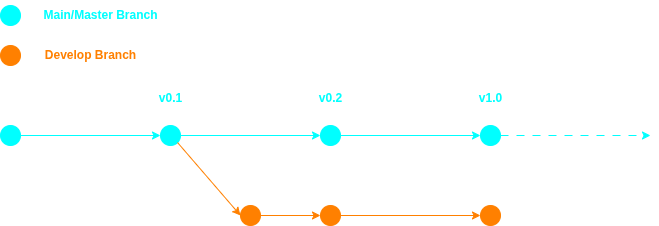
Above: static/img/tech/gitflow-high-level.png in lnvn/idishare (draw.io), before the change. Source tidied: cells renumbered, new cells last; positions are measured from the earlier drawing's top-left corner, leaving out a move shared by most shapes.
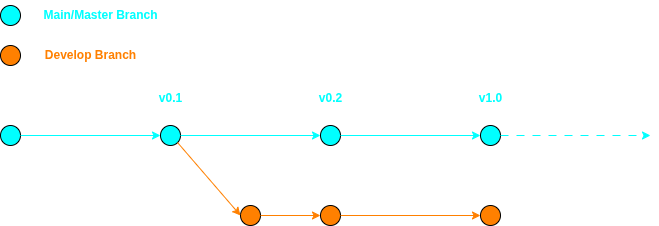
After the commit.

What changed in the source:
```diff
@@ -2,19 +2,19 @@
   <root>
     <mxCell id="0" />
     <mxCell id="1" parent="0" />
-    <mxCell id="2" style="ellipse;whiteSpace=wrap;html=1;strokeColor=light-dark(#000000,#00FFFF);fillColor=light-dark(#FFFFFF,#00FFFF);" parent="1" vertex="1">
+    <mxCell id="2" style="ellipse;whiteSpace=wrap;html=1;strokeColor=light-dark(#000000,#000000);fillColor=light-dark(#FFFFFF,#00FFFF);" parent="1" vertex="1">
       <mxGeometry y="5" width="20" height="20" as="geometry" />
     </mxCell>
-    <mxCell id="3" style="ellipse;whiteSpace=wrap;html=1;strokeColor=light-dark(#000000,#FF8000);fillColor=light-dark(#FFFFFF,#FF8000);" parent="1" vertex="1">
+    <mxCell id="3" style="ellipse;whiteSpace=wrap;html=1;strokeColor=light-dark(#000000,#000000);fillColor=light-dark(#FFFFFF,#FF8000);" parent="1" vertex="1">
       <mxGeometry y="45" width="20" height="20" as="geometry" />
     </mxCell>
-    <mxCell id="4" style="ellipse;whiteSpace=wrap;html=1;strokeColor=light-dark(#000000,#00FFFF);fillColor=light-dark(#FFFFFF,#00FFFF);" parent="1" vertex="1">
+    <mxCell id="4" style="ellipse;whiteSpace=wrap;html=1;strokeColor=light-dark(#000000,#000000);fillColor=light-dark(#FFFFFF,#00FFFF);" parent="1" vertex="1">
       <mxGeometry y="125" width="20" height="20" as="geometry" />
     </mxCell>
-    <mxCell id="5" style="ellipse;whiteSpace=wrap;html=1;strokeColor=light-dark(#000000,#00FFFF);fillColor=light-dark(#FFFFFF,#00FFFF);" parent="1" vertex="1">
+    <mxCell id="5" style="ellipse;whiteSpace=wrap;html=1;strokeColor=light-dark(#000000,#000000);fillColor=light-dark(#FFFFFF,#00FFFF);" parent="1" vertex="1">
       <mxGeometry x="480" y="125" width="20" height="20" as="geometry" />
     </mxCell>
-    <mxCell id="6" style="ellipse;whiteSpace=wrap;html=1;strokeColor=light-dark(#000000,#00FFFF);fillColor=light-dark(#FFFFFF,#00FFFF);" parent="1" vertex="1">
+    <mxCell id="6" style="ellipse;whiteSpace=wrap;html=1;strokeColor=light-dark(#000000,#000000);fillColor=light-dark(#FFFFFF,#00FFFF);" parent="1" vertex="1">
       <mxGeometry x="320" y="125" width="20" height="20" as="geometry" />
     </mxCell>
     <mxCell id="7" style="endArrow=classic;html=1;rounded=0;exitX=1;exitY=0.5;exitDx=0;exitDy=0;entryX=0;entryY=0.5;entryDx=0;entryDy=0;strokeColor=light-dark(#000000,#00FFFF);" parent="1" edge="1" source="4" target="10">
@@ -28,7 +28,7 @@
         <mxPoint x="650" y="135" as="targetPoint" />
       </mxGeometry>
     </mxCell>
-    <mxCell id="10" style="ellipse;whiteSpace=wrap;html=1;strokeColor=light-dark(#000000,#00FFFF);fillColor=light-dark(#FFFFFF,#00FFFF);" parent="1" vertex="1">
+    <mxCell id="10" style="ellipse;whiteSpace=wrap;html=1;strokeColor=light-dark(#000000,#000000);fillColor=light-dark(#FFFFFF,#00FFFF);" parent="1" vertex="1">
       <mxGeometry x="160" y="125" width="20" height="20" as="geometry" />
     </mxCell>
     <mxCell id="11" style="endArrow=classic;html=1;rounded=0;exitX=1;exitY=0.5;exitDx=0;exitDy=0;entryX=0;entryY=0.5;entryDx=0;entryDy=0;strokeColor=light-dark(#000000,#00FFFF);" parent="1" edge="1" source="10" target="6">
@@ -43,13 +43,13 @@
     <mxCell id="14" value="&lt;b&gt;&lt;font style=&quot;color: light-dark(rgb(0, 0, 0), rgb(0, 255, 255));&quot;&gt;v1.0&lt;/font&gt;&lt;/b&gt;" style="text;html=1;align=center;verticalAlign=middle;strokeColor=none;fillColor=none;" parent="1" vertex="1">
       <mxGeometry x="465" y="83" width="50" height="30" as="geometry" />
     </mxCell>
-    <mxCell id="15" style="ellipse;whiteSpace=wrap;html=1;strokeColor=light-dark(#000000,#FF8000);fillColor=light-dark(#FFFFFF,#FF8000);" parent="1" vertex="1">
+    <mxCell id="15" style="ellipse;whiteSpace=wrap;html=1;strokeColor=light-dark(#000000,#000000);fillColor=light-dark(#FFFFFF,#FF8000);" parent="1" vertex="1">
       <mxGeometry x="240" y="205" width="20" height="20" as="geometry" />
     </mxCell>
-    <mxCell id="16" style="ellipse;whiteSpace=wrap;html=1;strokeColor=light-dark(#000000,#FF8000);fillColor=light-dark(#FFFFFF,#FF8000);" parent="1" vertex="1">
+    <mxCell id="16" style="ellipse;whiteSpace=wrap;html=1;strokeColor=light-dark(#000000,#000000);fillColor=light-dark(#FFFFFF,#FF8000);" parent="1" vertex="1">
       <mxGeometry x="320" y="205" width="20" height="20" as="geometry" />
     </mxCell>
-    <mxCell id="17" style="ellipse;whiteSpace=wrap;html=1;strokeColor=light-dark(#000000,#FF8000);fillColor=light-dark(#FFFFFF,#FF8000);" parent="1" vertex="1">
+    <mxCell id="17" style="ellipse;whiteSpace=wrap;html=1;strokeColor=light-dark(#000000,#000000);fillColor=light-dark(#FFFFFF,#FF8000);" parent="1" vertex="1">
       <mxGeometry x="480" y="205" width="20" height="20" as="geometry" />
     </mxCell>
     <mxCell id="18" style="endArrow=classic;html=1;rounded=0;exitX=1;exitY=1;exitDx=0;exitDy=0;entryX=0;entryY=0.5;entryDx=0;entryDy=0;strokeColor=light-dark(#000000,#FF8000);" parent="1" edge="1" source="10" target="15">
```
